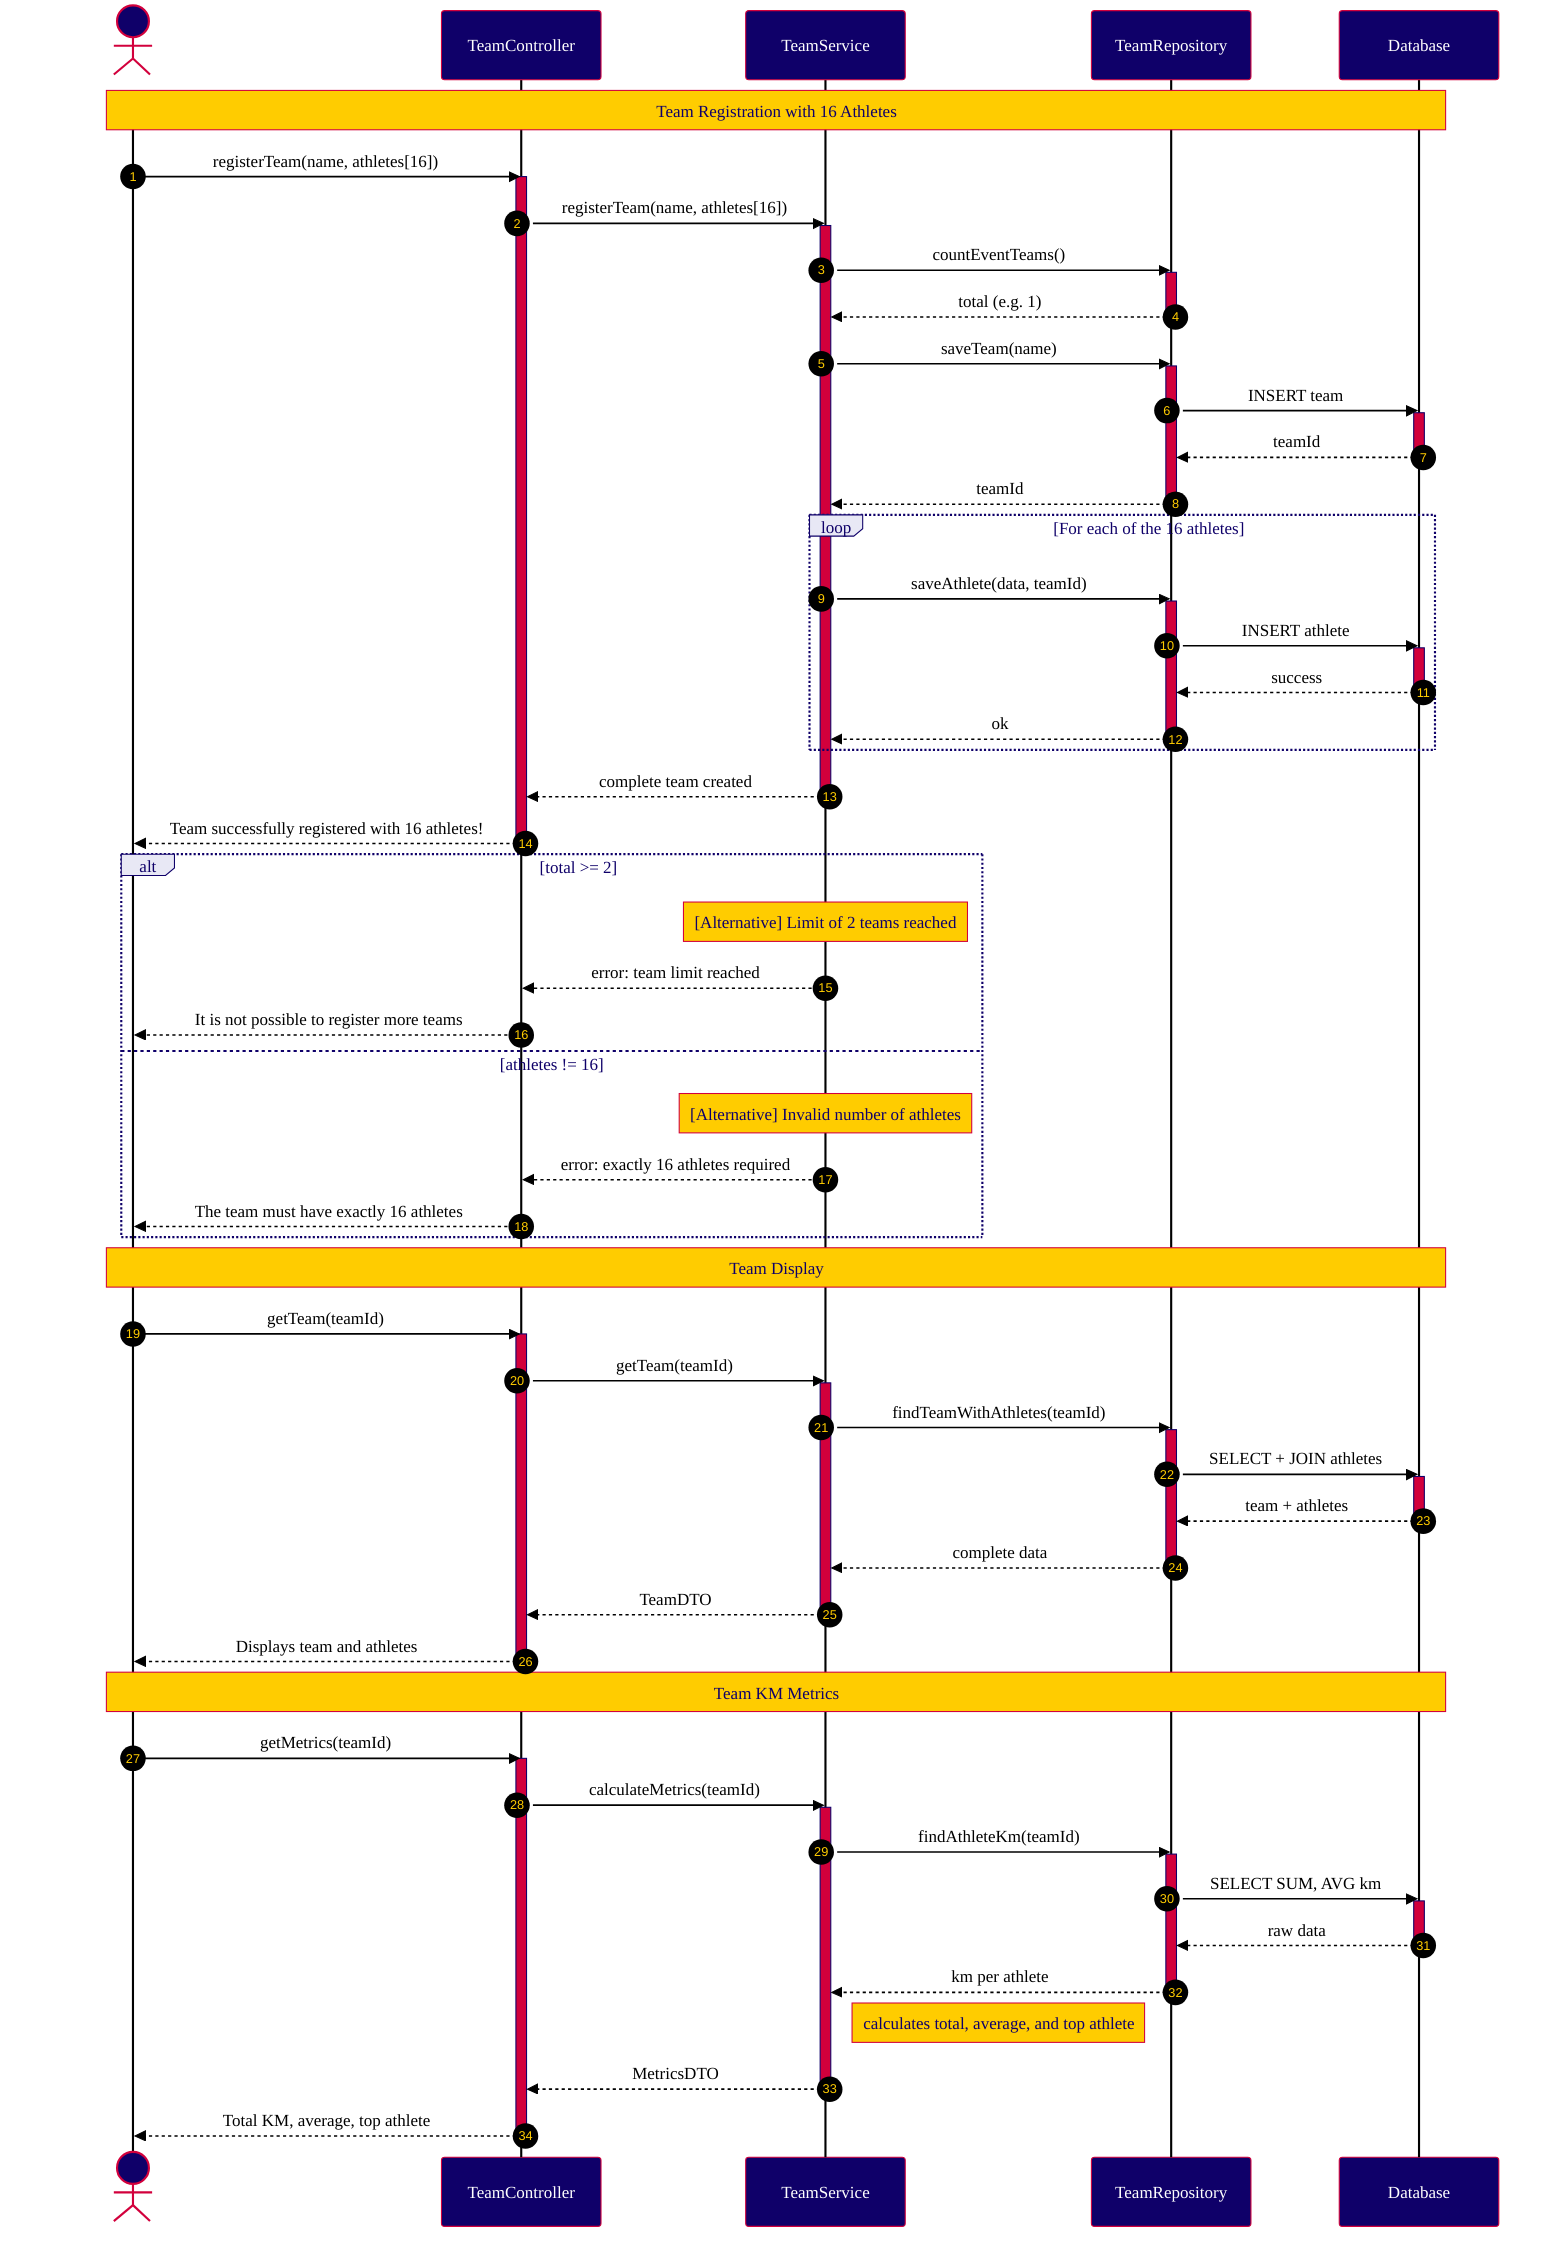
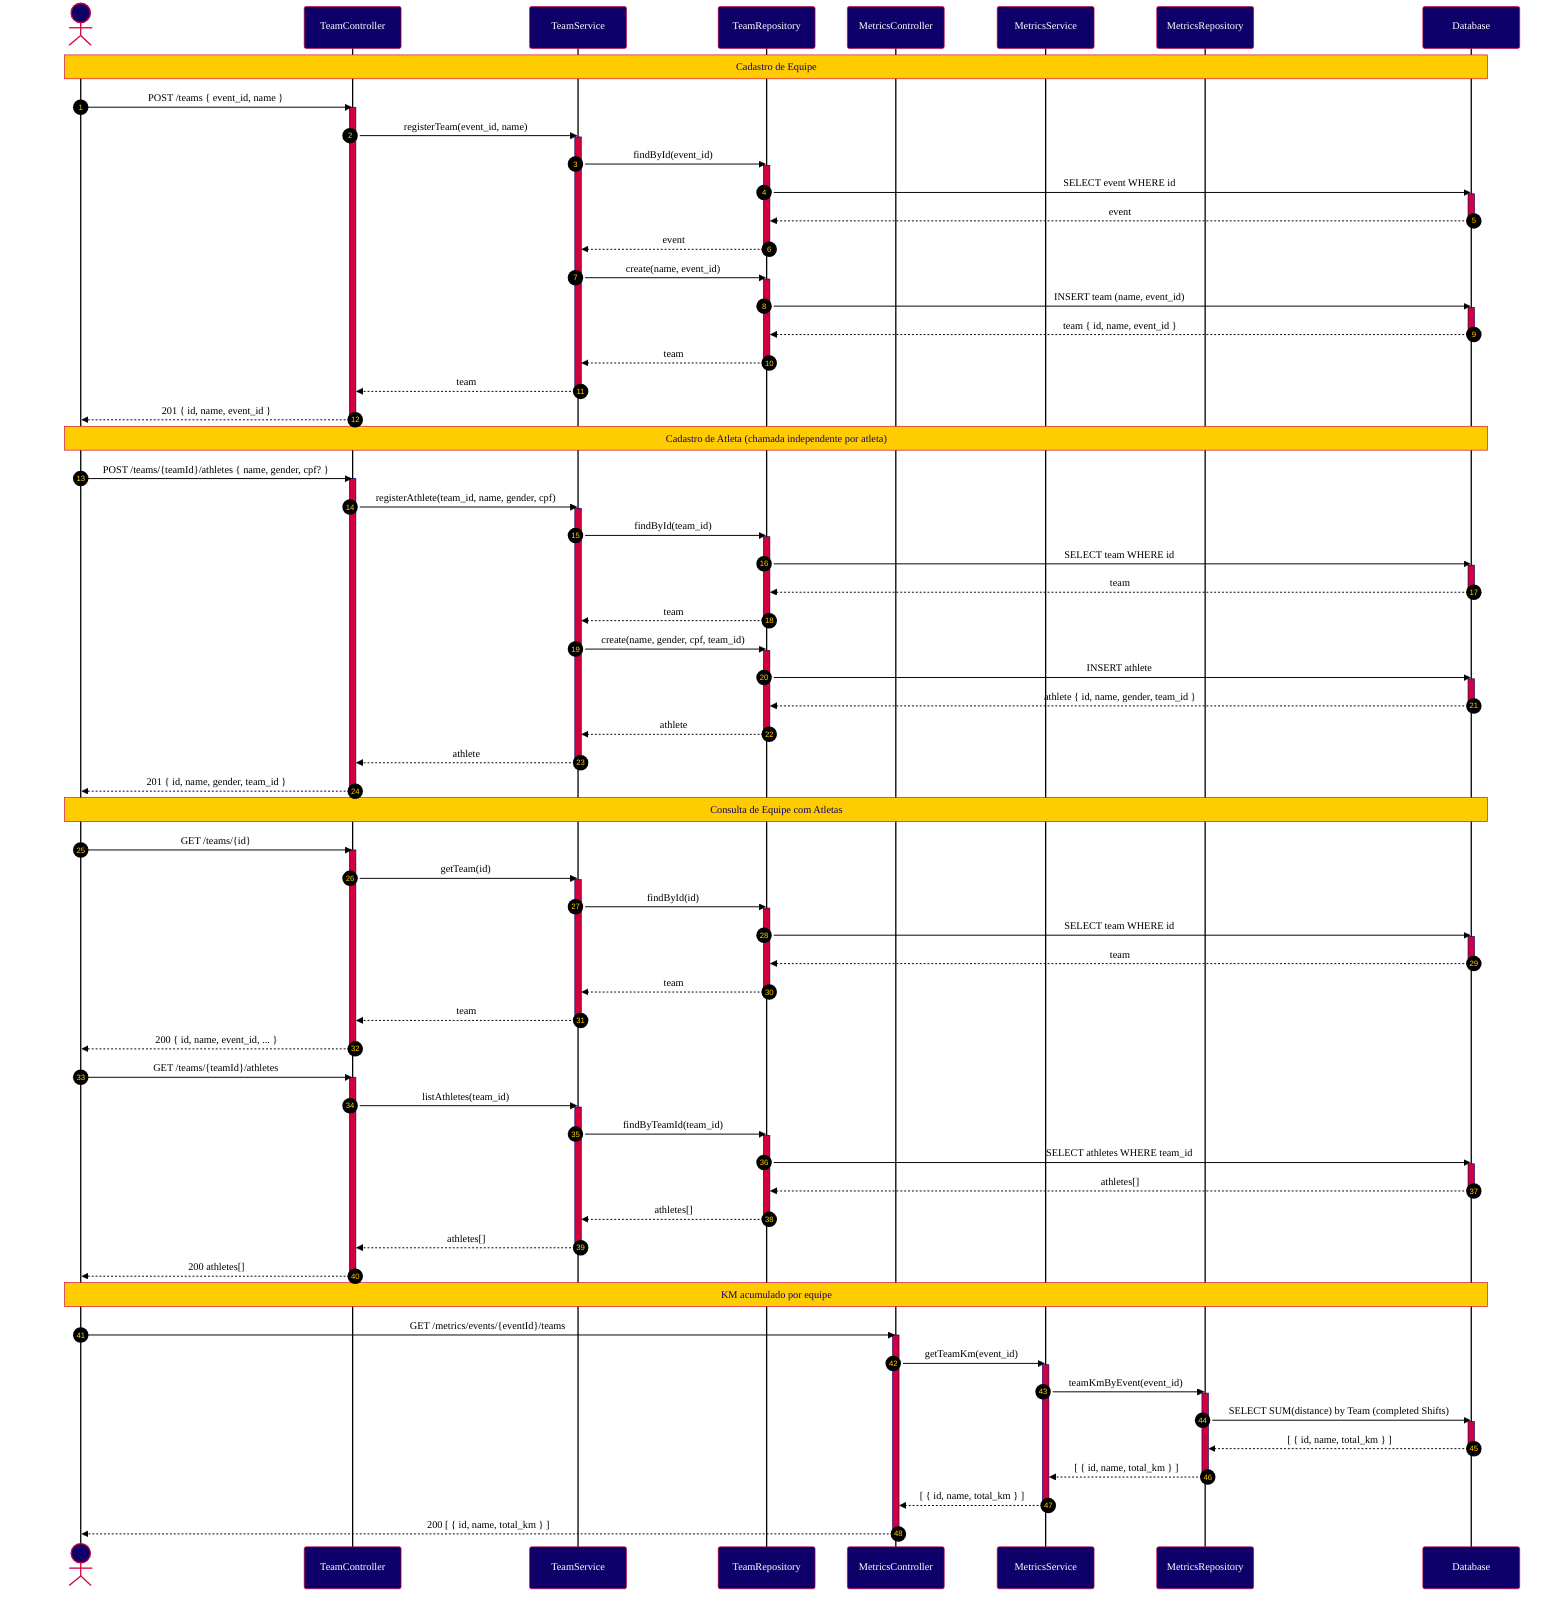
%%{init: {
    "theme": "base",
+     "background": "#ffffff",
    "themeVariables": {
        "primaryColor": "#0F0069",
        "primaryTextColor": "#FFFFFF",
        "primaryBorderColor": "#D2003C",
        "secondaryColor": "#D2003C",
        "secondaryTextColor": "#FFFFFF",
        "secondaryBorderColor": "#D2003C",
        "tertiaryColor": "#E8E8F5",
        "tertiaryTextColor": "#0F0069",
        "tertiaryBorderColor": "#0F0069",
        "noteBkgColor": "#FFCC00",
        "noteTextColor": "#0F0069",
        "noteBorderColor": "#D2003C",
        "activationBkgColor": "#D2003C",
        "activationBorderColor": "#0F0069",
        "sequenceNumberColor": "#FFCC00",
        "actorBkg": "#0F0069",
        "actorTextColor": "#FFFFFF",
        "actorBorderColor": "#D2003C",
        "actorLineColor": "#000000",
        "signalColor": "#000000",
        "signalTextColor": "#000000",
        "labelBoxBkgColor": "#E8E8F5",
        "labelBoxBorderColor": "#0F0069",
        "labelTextColor": "#0F0069",
        "loopTextColor": "#0F0069",
        "fontFamily": "Arial, sans-serif",
-         "fontSize": "14px"
+         "fontSize": "14px",
+         "background": "#FFFFFF"
    }
}}%%

sequenceDiagram
    autonumber
    actor User
    participant TeamController
    participant TeamService
    participant TeamRepository
+     participant MetricsController
+     participant MetricsService
+     participant MetricsRepository
    participant Database

-     Note over User, Database: Team Registration with 16 Athletes
+     Note over User, Database: Cadastro de Equipe

-     User->>TeamController: registerTeam(name, athletes[16])
+     User->>TeamController: POST /teams { event_id, name }
    activate TeamController

-     TeamController->>TeamService: registerTeam(name, athletes[16])
+     TeamController->>TeamService: registerTeam(event_id, name)
    activate TeamService

-     TeamService->>TeamRepository: countEventTeams()
+     TeamService->>TeamRepository: findById(event_id)
    activate TeamRepository

-     TeamRepository-->>TeamService: total (e.g. 1)
+     TeamRepository->>Database: SELECT event WHERE id
+     activate Database
+ 
+     Database-->>TeamRepository: event
+     deactivate Database
+ 
+     TeamRepository-->>TeamService: event
    deactivate TeamRepository

-     TeamService->>TeamRepository: saveTeam(name)
+     TeamService->>TeamRepository: create(name, event_id)
    activate TeamRepository

-     TeamRepository->>Database: INSERT team
+     TeamRepository->>Database: INSERT team (name, event_id)
    activate Database

-     Database-->>TeamRepository: teamId
+     Database-->>TeamRepository: team { id, name, event_id }
    deactivate Database

-     TeamRepository-->>TeamService: teamId
+     TeamRepository-->>TeamService: team
    deactivate TeamRepository

-     loop For each of the 16 athletes
-         TeamService->>TeamRepository: saveAthlete(data, teamId)
-         activate TeamRepository
- 
-         TeamRepository->>Database: INSERT athlete
-         activate Database
- 
-         Database-->>TeamRepository: success
-         deactivate Database
- 
-         TeamRepository-->>TeamService: ok
-         deactivate TeamRepository
-     end
- 
-     TeamService-->>TeamController: complete team created
+     TeamService-->>TeamController: team
    deactivate TeamService

-     TeamController-->>User: Team successfully registered with 16 athletes!
+     TeamController-->>User: 201 { id, name, event_id }
    deactivate TeamController

-     alt total >= 2
-         Note over TeamService: [Alternative] Limit of 2 teams reached
-         TeamService-->>TeamController: error: team limit reached
-         TeamController-->>User: It is not possible to register more teams
+     Note over User, Database: Cadastro de Atleta (chamada independente por atleta)

-     else athletes != 16
-         Note over TeamService: [Alternative] Invalid number of athletes
-         TeamService-->>TeamController: error: exactly 16 athletes required
-         TeamController-->>User: The team must have exactly 16 athletes
-     end
- 
-     Note over User, Database: Team Display
- 
-     User->>TeamController: getTeam(teamId)
+     User->>TeamController: POST /teams/{teamId}/athletes { name, gender, cpf? }
    activate TeamController

-     TeamController->>TeamService: getTeam(teamId)
+     TeamController->>TeamService: registerAthlete(team_id, name, gender, cpf)
    activate TeamService

-     TeamService->>TeamRepository: findTeamWithAthletes(teamId)
+     TeamService->>TeamRepository: findById(team_id)
    activate TeamRepository

-     TeamRepository->>Database: SELECT + JOIN athletes
+     TeamRepository->>Database: SELECT team WHERE id
    activate Database

-     Database-->>TeamRepository: team + athletes
+     Database-->>TeamRepository: team
    deactivate Database

-     TeamRepository-->>TeamService: complete data
+     TeamRepository-->>TeamService: team
    deactivate TeamRepository

-     TeamService-->>TeamController: TeamDTO
+     TeamService->>TeamRepository: create(name, gender, cpf, team_id)
+     activate TeamRepository
+ 
+     TeamRepository->>Database: INSERT athlete
+     activate Database
+ 
+     Database-->>TeamRepository: athlete { id, name, gender, team_id }
+     deactivate Database
+ 
+     TeamRepository-->>TeamService: athlete
+     deactivate TeamRepository
+ 
+     TeamService-->>TeamController: athlete
    deactivate TeamService

-     TeamController-->>User: Displays team and athletes
+     TeamController-->>User: 201 { id, name, gender, team_id }
    deactivate TeamController

-     Note over User, Database: Team KM Metrics
+     Note over User, Database: Consulta de Equipe com Atletas

-     User->>TeamController: getMetrics(teamId)
+     User->>TeamController: GET /teams/{id}
    activate TeamController

-     TeamController->>TeamService: calculateMetrics(teamId)
+     TeamController->>TeamService: getTeam(id)
    activate TeamService

-     TeamService->>TeamRepository: findAthleteKm(teamId)
+     TeamService->>TeamRepository: findById(id)
    activate TeamRepository

-     TeamRepository->>Database: SELECT SUM, AVG km
+     TeamRepository->>Database: SELECT team WHERE id
    activate Database

-     Database-->>TeamRepository: raw data
+     Database-->>TeamRepository: team
    deactivate Database

-     TeamRepository-->>TeamService: km per athlete
+     TeamRepository-->>TeamService: team
    deactivate TeamRepository

-     Note right of TeamService: calculates total, average, and top athlete
- 
-     TeamService-->>TeamController: MetricsDTO
+     TeamService-->>TeamController: team
    deactivate TeamService

-     TeamController-->>User: Total KM, average, top athlete
-     deactivate TeamController+     TeamController-->>User: 200 { id, name, event_id, ... }
+     deactivate TeamController
+ 
+     User->>TeamController: GET /teams/{teamId}/athletes
+     activate TeamController
+ 
+     TeamController->>TeamService: listAthletes(team_id)
+     activate TeamService
+ 
+     TeamService->>TeamRepository: findByTeamId(team_id)
+     activate TeamRepository
+ 
+     TeamRepository->>Database: SELECT athletes WHERE team_id
+     activate Database
+ 
+     Database-->>TeamRepository: athletes[]
+     deactivate Database
+ 
+     TeamRepository-->>TeamService: athletes[]
+     deactivate TeamRepository
+ 
+     TeamService-->>TeamController: athletes[]
+     deactivate TeamService
+ 
+     TeamController-->>User: 200 athletes[]
+     deactivate TeamController
+ 
+     Note over User, Database: KM acumulado por equipe
+ 
+     User->>MetricsController: GET /metrics/events/{eventId}/teams
+     activate MetricsController
+ 
+     MetricsController->>MetricsService: getTeamKm(event_id)
+     activate MetricsService
+ 
+     MetricsService->>MetricsRepository: teamKmByEvent(event_id)
+     activate MetricsRepository
+ 
+     MetricsRepository->>Database: SELECT SUM(distance) by Team (completed Shifts)
+     activate Database
+ 
+     Database-->>MetricsRepository: [ { id, name, total_km } ]
+     deactivate Database
+ 
+     MetricsRepository-->>MetricsService: [ { id, name, total_km } ]
+     deactivate MetricsRepository
+ 
+     MetricsService-->>MetricsController: [ { id, name, total_km } ]
+     deactivate MetricsService
+ 
+     MetricsController-->>User: 200 [ { id, name, total_km } ]
+     deactivate MetricsController
